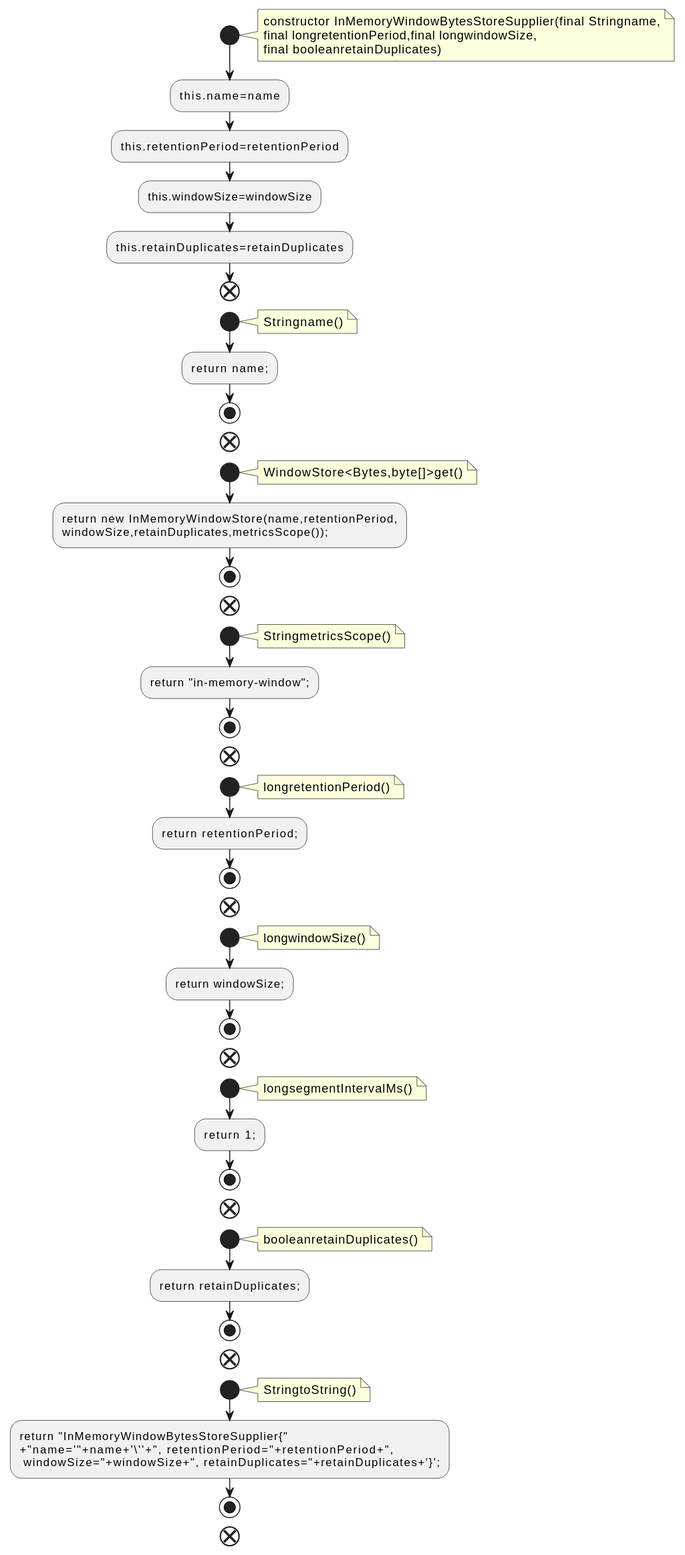
Above: docs/qc/streams/src/main/java/org/apache/kafka/streams/state/internals/InMemoryWindowBytesStoreSupplier.java.fct.svg in qualitesys/kafka (PlantUML), before the change.
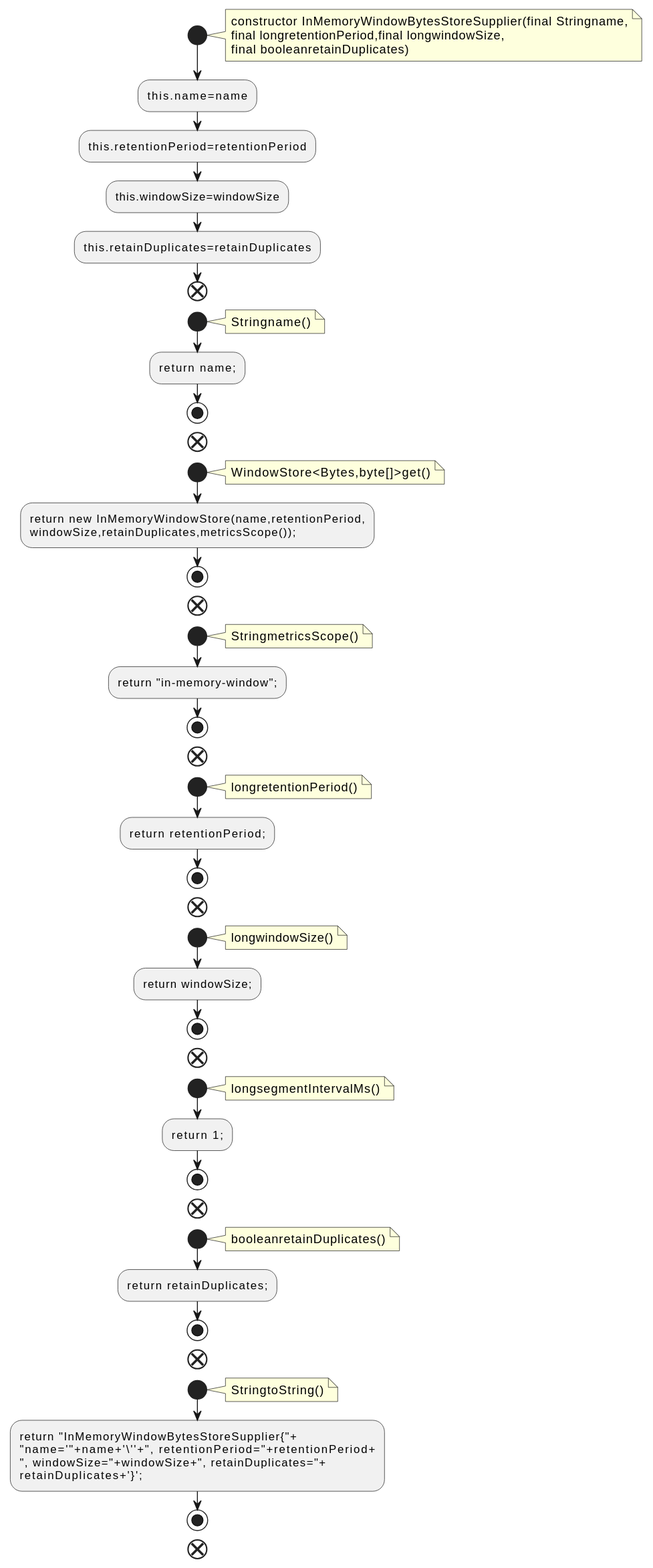
The same file after the commit.

The edit, as a diff of the source:
```diff
@@ -65,9 +65,10 @@
 note right
 StringtoString()
 end note
-:return "InMemoryWindowBytesStoreSupplier{"
-+"name='"+name+'\''+", retentionPeriod="+retentionPeriod+",
- windowSize="+windowSize+", retainDuplicates="+retainDuplicates+'}';;
+:return "InMemoryWindowBytesStoreSupplier{"+
+"name='"+name+'\''+", retentionPeriod="+retentionPeriod+
+", windowSize="+windowSize+", retainDuplicates="+
+retainDuplicates+'}';;
 stop
 end
 @enduml
```
